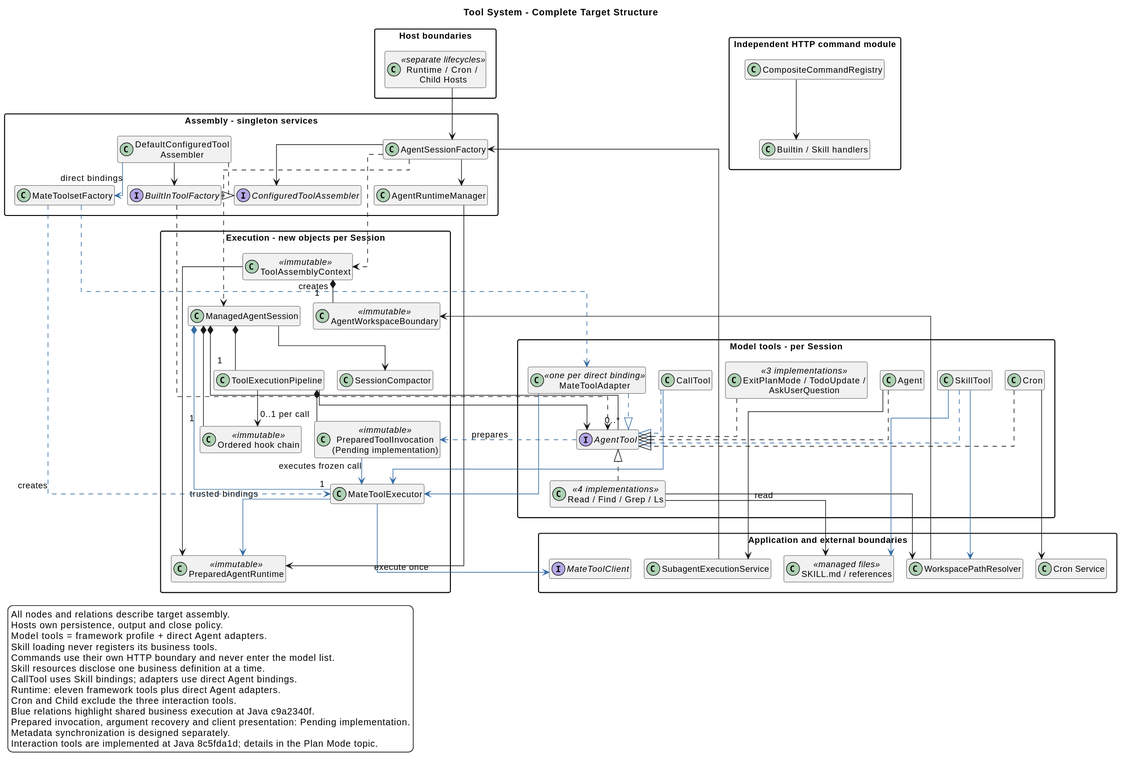
The PlantUML diagram 01-总体架构/02-CampusClaw工具系统/tool_system_architecture.svg in ssm0808/pi-mono-java-design, before a commit.
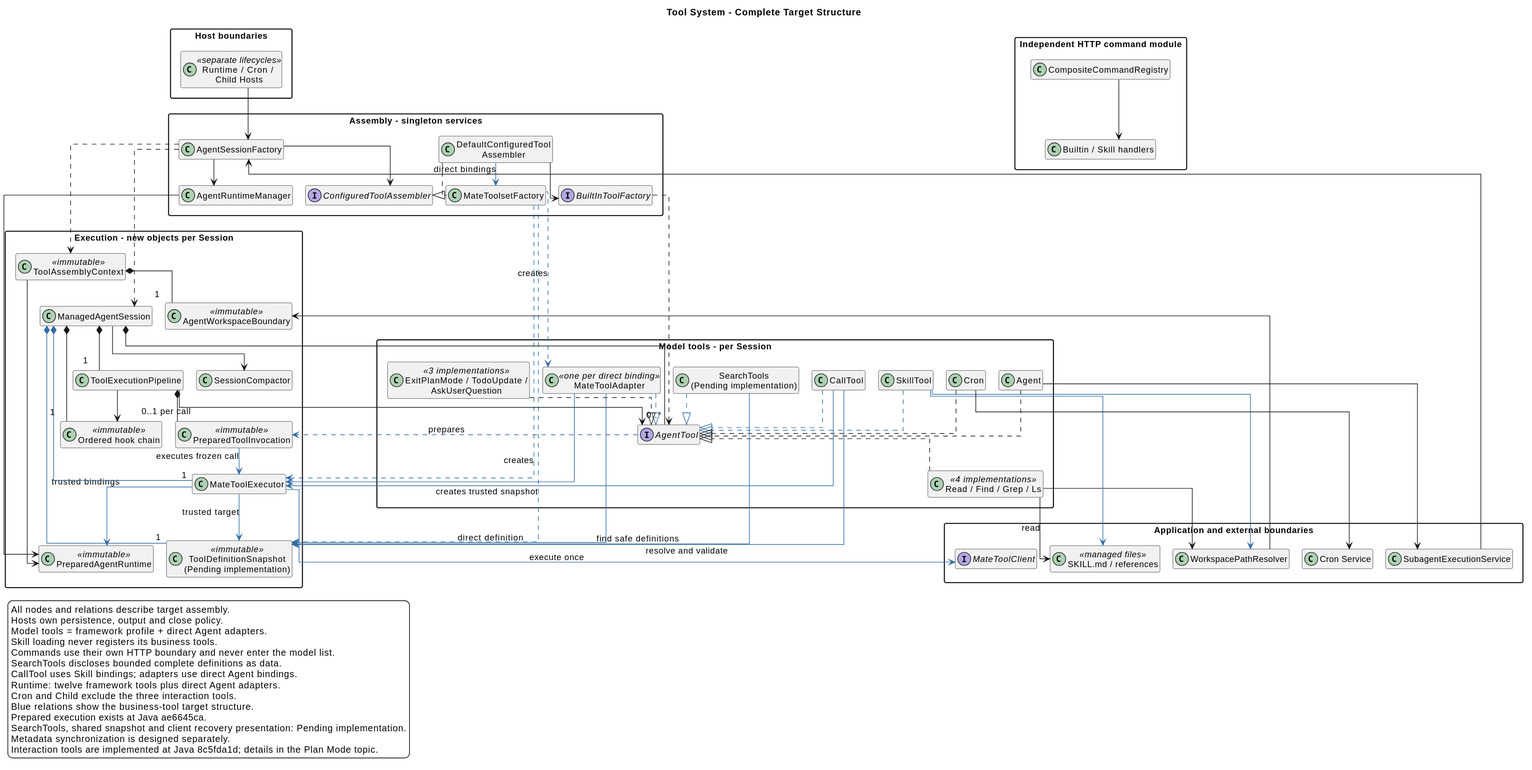
Later version of the same file.

Change to the diagram source:
```diff
@@ -31,7 +31,8 @@
   class "PreparedAgentRuntime" as Runtime <<immutable>>
   class "Ordered hook chain" as Hooks <<immutable>>
   class "ToolExecutionPipeline" as Pipeline
-  class "PreparedToolInvocation\n(Pending implementation)" as Prepared <<immutable>>
+  class "PreparedToolInvocation" as Prepared <<immutable>>
+  class "ToolDefinitionSnapshot\n(Pending implementation)" as Definitions <<immutable>>
   class "SessionCompactor" as Compactor
 }
 package "Model tools - per Session" {
@@ -39,6 +40,7 @@
   class "ExitPlanMode / TodoUpdate /\nAskUserQuestion" as InteractionTools <<3 implementations>>
   class "Read / Find / Grep / Ls" as Local <<4 implementations>>
   class "SkillTool" as Skill
+  class "SearchTools\n(Pending implementation)" as Search
   class "CallTool" as Call
   class "MateToolAdapter" as Adapter <<one per direct binding>>
   class Cron
@@ -66,12 +68,14 @@
 Configured -[#346DA5]-> MateFactory : direct bindings
 MateFactory .[#346DA5].> Adapter : creates
 MateFactory .[#346DA5].> Executor : creates
+MateFactory .[#346DA5].> Definitions : creates trusted snapshot
 Factory ..> Context
 Context *-- "1" Workspace
 Factory ..> Session
 Session *-- "1" Pipeline
 Session --> Compactor
 Session *-[#346DA5]- "1" Executor
+Session *-[#346DA5]- "1" Definitions
 Session *-- "1" Hooks
 Session *-- "0..*" Tool
 Pipeline --> Hooks
@@ -82,6 +86,7 @@
 ToolFactory ..> Tool
 Local ..|> Tool
 Skill .[#346DA5].|> Tool
+Search .[#346DA5].|> Tool
 Adapter .[#346DA5].|> Tool
 Call .[#346DA5].|> Tool
 Cron ..|> Tool
@@ -92,8 +97,12 @@
 Skill -[#346DA5]-> Resolver
 Skill -[#346DA5]-> Resources
 Local --> Resources : read
+Search -[#346DA5]-> Definitions : find safe definitions
 Adapter -[#346DA5]-> Executor
+Adapter -[#346DA5]-> Definitions : direct definition
 Call -[#346DA5]-> Executor
+Call -[#346DA5]-> Definitions : resolve and validate
+Executor -[#346DA5]-> Definitions : trusted target
 Executor -[#346DA5]-> Mate : execute once
 Cron --> CronService
 ChildTool --> ChildService
@@ -108,12 +117,13 @@
 Model tools = framework profile + direct Agent adapters.
 Skill loading never registers its business tools.
 Commands use their own HTTP boundary and never enter the model list.
-Skill resources disclose one business definition at a time.
+SearchTools discloses bounded complete definitions as data.
 CallTool uses Skill bindings; adapters use direct Agent bindings.
-Runtime: eleven framework tools plus direct Agent adapters.
+Runtime: twelve framework tools plus direct Agent adapters.
 Cron and Child exclude the three interaction tools.
-Blue relations highlight shared business execution at Java c9a2340f.
-Prepared invocation, argument recovery and client presentation: Pending implementation.
+Blue relations show the business-tool target structure.
+Prepared execution exists at Java ae6645ca.
+SearchTools, shared snapshot and client recovery presentation: Pending implementation.
 Metadata synchronization is designed separately.
 Interaction tools are implemented at Java 8c5fda1d; details in the Plan Mode topic.
 endlegend
```
